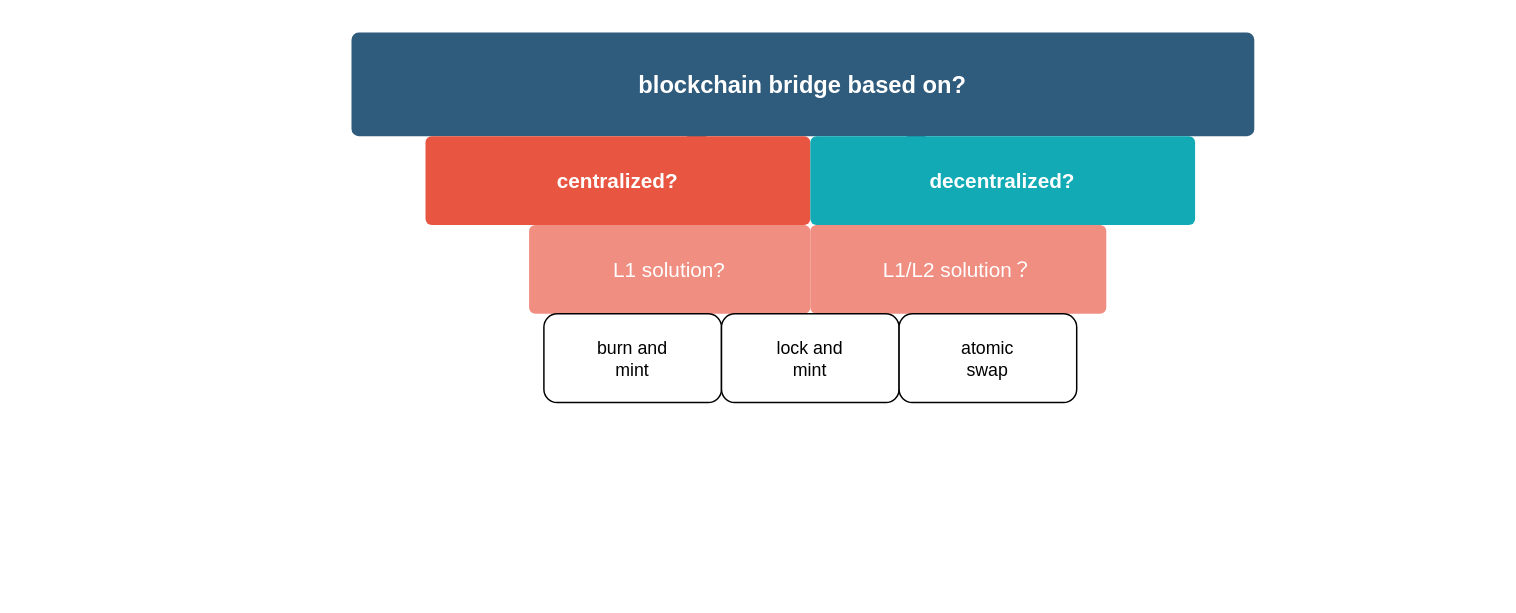
Above: Untitled Diagram.drawio in foreverbb-cn/COMP00138 (draw.io), before the change. Source tidied: cells renumbered, new cells numbered last; positions are measured from the earlier drawing's top-left corner, leaving out a move shared by most shapes. Both pictures are drawn from the tidied source at 148%, with x=0, y=0 at pixel (351, 31).
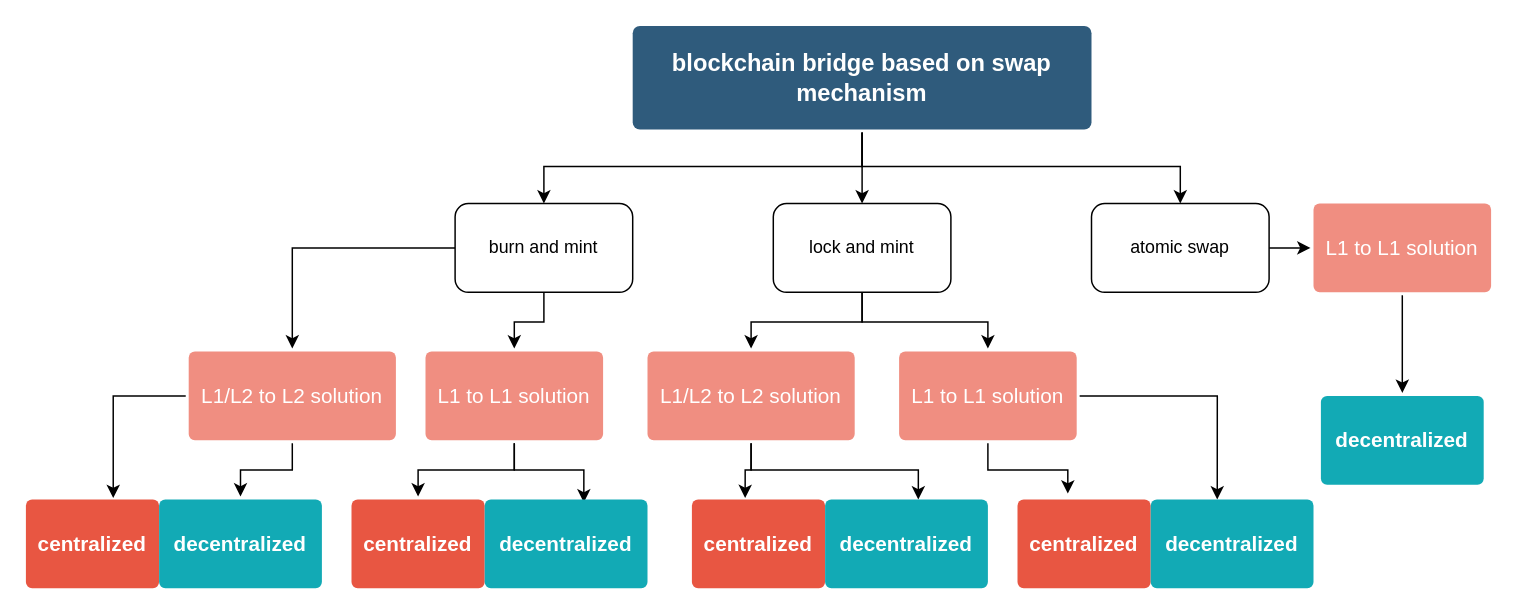
After the change.

The edit, as a diff of the source:
```diff
@@
-    <mxCell id="2" style="edgeStyle=none;rounded=0;jumpStyle=none;html=1;shadow=0;labelBackgroundColor=none;startArrow=none;startFill=0;endArrow=classic;endFill=1;jettySize=auto;strokeColor=#2F5B7C;strokeWidth=3;fontFamily=Helvetica;fontSize=16;fontColor=#23445D;spacing=5;" parent="1" edge="1" source="4" target="10">
-      <mxGeometry relative="1" as="geometry" />
-    </mxCell>
-    <mxCell id="3" style="edgeStyle=none;rounded=0;jumpStyle=none;html=1;shadow=0;labelBackgroundColor=none;startArrow=none;startFill=0;endArrow=classic;endFill=1;jettySize=auto;strokeColor=#2F5B7C;strokeWidth=3;fontFamily=Helvetica;fontSize=16;fontColor=#23445D;spacing=5;" parent="1" edge="1" source="4" target="7">
-      <mxGeometry relative="1" as="geometry" />
-    </mxCell>
+    <mxCell id="17" style="edgeStyle=orthogonalEdgeStyle;rounded=0;jettySize=auto;html=1;" parent="1" edge="1" source="4" target="13">
+      <mxGeometry relative="1" as="geometry" />
+    </mxCell>
+    <mxCell id="18" style="edgeStyle=orthogonalEdgeStyle;rounded=0;jettySize=auto;html=1;entryX=0.5;entryY=0;entryDx=0;entryDy=0;" parent="1" edge="1" source="4" target="15">
+      <mxGeometry relative="1" as="geometry" />
+    </mxCell>
+    <mxCell id="19" style="edgeStyle=orthogonalEdgeStyle;rounded=0;jettySize=auto;html=1;entryX=0.5;entryY=0;entryDx=0;entryDy=0;" parent="1" edge="1" source="4" target="14">
+      <mxGeometry relative="1" as="geometry" />
+    </mxCell>
-    <mxCell id="4" value="blockchain bridge based on?" style="rounded=1;whiteSpace=wrap;html=1;shadow=0;labelBackgroundColor=none;strokeColor=none;strokeWidth=3;fillColor=#2F5B7C;fontFamily=Helvetica;fontSize=16;fontColor=#FFFFFF;align=center;fontStyle=1;spacing=5;arcSize=7;perimeterSpacing=2;" parent="1" vertex="1">
-      <mxGeometry y="0.5" width="610" height="70" as="geometry" />
+    <mxCell id="4" value="blockchain bridge based on swap mechanism" style="rounded=1;whiteSpace=wrap;html=1;shadow=0;labelBackgroundColor=none;strokeColor=none;strokeWidth=3;fillColor=#2F5B7C;fontFamily=Helvetica;fontSize=16;fontColor=#FFFFFF;align=center;fontStyle=1;spacing=5;arcSize=7;perimeterSpacing=2;" parent="1" vertex="1">
+      <mxGeometry x="190" y="-4" width="310" height="70" as="geometry" />
     </mxCell>
-    <mxCell id="5" style="edgeStyle=none;rounded=1;jumpStyle=none;html=1;shadow=0;labelBackgroundColor=none;startArrow=none;startFill=0;jettySize=auto;strokeColor=#E85642;strokeWidth=3;fontFamily=Helvetica;fontSize=14;fontColor=#FFFFFF;spacing=5;fontStyle=1;fillColor=#b0e3e6;" parent="1" edge="1" source="7" target="9">
-      <mxGeometry relative="1" as="geometry" />
-    </mxCell>
-    <mxCell id="6" style="edgeStyle=none;rounded=1;jumpStyle=none;html=1;shadow=0;labelBackgroundColor=none;startArrow=none;startFill=0;jettySize=auto;strokeColor=#E85642;strokeWidth=3;fontFamily=Helvetica;fontSize=14;fontColor=#FFFFFF;spacing=5;fontStyle=1;fillColor=#b0e3e6;" parent="1" edge="1" source="7" target="8">
-      <mxGeometry relative="1" as="geometry" />
-    </mxCell>
-    <mxCell id="7" value="centralized?" style="rounded=1;whiteSpace=wrap;html=1;shadow=0;labelBackgroundColor=none;strokeColor=none;strokeWidth=3;fillColor=#e85642;fontFamily=Helvetica;fontSize=14;fontColor=#FFFFFF;align=center;spacing=5;fontStyle=1;arcSize=7;perimeterSpacing=2;" parent="1" vertex="1">
-      <mxGeometry x="50" y="70.5" width="260" height="60" as="geometry" />
+    <mxCell id="7" value="centralized" style="rounded=1;whiteSpace=wrap;html=1;shadow=0;labelBackgroundColor=none;strokeColor=none;strokeWidth=3;fillColor=#e85642;fontFamily=Helvetica;fontSize=14;fontColor=#FFFFFF;align=center;spacing=5;fontStyle=1;arcSize=7;perimeterSpacing=2;" parent="1" vertex="1">
+      <mxGeometry x="-220" y="316" width="90" height="60" as="geometry" />
     </mxCell>
+    <mxCell id="20" style="edgeStyle=orthogonalEdgeStyle;rounded=0;jettySize=auto;html=1;entryX=0.649;entryY=0.016;entryDx=0;entryDy=0;entryPerimeter=0;" parent="1" edge="1" source="8" target="7">
+      <mxGeometry relative="1" as="geometry" />
+    </mxCell>
+    <mxCell id="21" style="edgeStyle=orthogonalEdgeStyle;rounded=0;jettySize=auto;html=1;entryX=0.5;entryY=0;entryDx=0;entryDy=0;" parent="1" edge="1" source="8" target="28">
+      <mxGeometry relative="1" as="geometry" />
+    </mxCell>
-    <mxCell id="8" value="L1/L2 solution？" style="rounded=1;whiteSpace=wrap;html=1;shadow=0;labelBackgroundColor=none;strokeColor=none;strokeWidth=3;fillColor=#f08e81;fontFamily=Helvetica;fontSize=14;fontColor=#FFFFFF;align=center;spacing=5;fontStyle=0;arcSize=7;perimeterSpacing=2;" parent="1" vertex="1">
-      <mxGeometry x="310" y="130.5" width="200" height="60" as="geometry" />
+    <mxCell id="8" value="L1/L2 to L2 solution" style="rounded=1;whiteSpace=wrap;html=1;shadow=0;labelBackgroundColor=none;strokeColor=none;strokeWidth=3;fillColor=#f08e81;fontFamily=Helvetica;fontSize=14;fontColor=#FFFFFF;align=center;spacing=5;fontStyle=0;arcSize=7;perimeterSpacing=2;" parent="1" vertex="1">
+      <mxGeometry x="-110" y="216" width="140" height="60" as="geometry" />
     </mxCell>
+    <mxCell id="22" style="edgeStyle=orthogonalEdgeStyle;rounded=0;jettySize=auto;html=1;entryX=0.5;entryY=0;entryDx=0;entryDy=0;" parent="1" edge="1" source="9" target="10">
+      <mxGeometry relative="1" as="geometry" />
+    </mxCell>
-    <mxCell id="9" value="L1 solution?" style="rounded=1;whiteSpace=wrap;html=1;shadow=0;labelBackgroundColor=none;strokeColor=none;strokeWidth=3;fillColor=#f08e81;fontFamily=Helvetica;fontSize=14;fontColor=#FFFFFF;align=center;spacing=5;fontStyle=0;arcSize=7;perimeterSpacing=2;" parent="1" vertex="1">
-      <mxGeometry x="120" y="130.5" width="190" height="60" as="geometry" />
+    <mxCell id="9" value="L1 to L1 solution" style="rounded=1;whiteSpace=wrap;html=1;shadow=0;labelBackgroundColor=none;strokeColor=none;strokeWidth=3;fillColor=#f08e81;fontFamily=Helvetica;fontSize=14;fontColor=#FFFFFF;align=center;spacing=5;fontStyle=0;arcSize=7;perimeterSpacing=2;" parent="1" vertex="1">
+      <mxGeometry x="650" y="116" width="120" height="60" as="geometry" />
     </mxCell>
-    <mxCell id="10" value="decentralized?" style="rounded=1;whiteSpace=wrap;html=1;shadow=0;labelBackgroundColor=none;strokeColor=none;strokeWidth=3;fillColor=#12aab5;fontFamily=Helvetica;fontSize=14;fontColor=#FFFFFF;align=center;spacing=5;fontStyle=1;arcSize=7;perimeterSpacing=2;" parent="1" vertex="1">
-      <mxGeometry x="310" y="70.5" width="260" height="60" as="geometry" />
+    <mxCell id="10" value="decentralized" style="rounded=1;whiteSpace=wrap;html=1;shadow=0;labelBackgroundColor=none;strokeColor=none;strokeWidth=3;fillColor=#12aab5;fontFamily=Helvetica;fontSize=14;fontColor=#FFFFFF;align=center;spacing=5;fontStyle=1;arcSize=7;perimeterSpacing=2;" parent="1" vertex="1">
+      <mxGeometry x="655" y="246" width="110" height="60" as="geometry" />
     </mxCell>
-    <mxCell id="11" style="rounded=1;whiteSpace=wrap;html=1;" parent="1" vertex="1">
-      <mxGeometry x="130" y="190.5" width="120" height="60" as="geometry" />
-    </mxCell>
-    <mxCell id="12" style="rounded=1;whiteSpace=wrap;html=1;" parent="1" vertex="1">
-      <mxGeometry x="250" y="190.5" width="120" height="60" as="geometry" />
-    </mxCell>
+    <mxCell id="23" style="edgeStyle=orthogonalEdgeStyle;rounded=0;jettySize=auto;html=1;" parent="1" edge="1" source="13" target="9">
+      <mxGeometry relative="1" as="geometry" />
+    </mxCell>
-    <mxCell id="13" style="rounded=1;whiteSpace=wrap;html=1;" parent="1" vertex="1">
-      <mxGeometry x="370" y="190.5" width="120" height="60" as="geometry" />
+    <mxCell id="13" value="atomic swap" style="rounded=1;whiteSpace=wrap;html=1;" parent="1" vertex="1">
+      <mxGeometry x="500" y="116" width="120" height="60" as="geometry" />
     </mxCell>
+    <mxCell id="24" style="edgeStyle=orthogonalEdgeStyle;rounded=0;jettySize=auto;html=1;entryX=0.5;entryY=0;entryDx=0;entryDy=0;" parent="1" edge="1" source="14" target="8">
+      <mxGeometry relative="1" as="geometry" />
+    </mxCell>
+    <mxCell id="25" style="edgeStyle=orthogonalEdgeStyle;rounded=0;jettySize=auto;html=1;entryX=0.5;entryY=0;entryDx=0;entryDy=0;" parent="1" edge="1" source="14" target="32">
+      <mxGeometry relative="1" as="geometry" />
+    </mxCell>
-    <mxCell id="14" value="burn and mint" style="text;strokeColor=none;align=center;fillColor=none;html=1;verticalAlign=middle;whiteSpace=wrap;rounded=0;" parent="1" vertex="1">
-      <mxGeometry x="160" y="205.5" width="60" height="30" as="geometry" />
+    <mxCell id="14" value="burn and mint" style="rounded=1;whiteSpace=wrap;html=1;" parent="1" vertex="1">
+      <mxGeometry x="70" y="116" width="120" height="60" as="geometry" />
     </mxCell>
+    <mxCell id="26" style="edgeStyle=orthogonalEdgeStyle;rounded=0;jettySize=auto;html=1;entryX=0.5;entryY=0;entryDx=0;entryDy=0;" parent="1" edge="1" source="15" target="35">
+      <mxGeometry relative="1" as="geometry" />
+    </mxCell>
+    <mxCell id="27" style="edgeStyle=orthogonalEdgeStyle;rounded=0;jettySize=auto;html=1;" parent="1" edge="1" source="15" target="38">
+      <mxGeometry relative="1" as="geometry" />
+    </mxCell>
-    <mxCell id="15" value="lock and mint" style="text;strokeColor=none;align=center;fillColor=none;html=1;verticalAlign=middle;whiteSpace=wrap;rounded=0;" parent="1" vertex="1">
-      <mxGeometry x="280" y="205.5" width="60" height="30" as="geometry" />
+    <mxCell id="15" value="lock and mint" style="rounded=1;whiteSpace=wrap;html=1;" parent="1" vertex="1">
+      <mxGeometry x="285" y="116" width="120" height="60" as="geometry" />
     </mxCell>
-    <mxCell id="16" value="atomic swap" style="text;strokeColor=none;align=center;fillColor=none;html=1;verticalAlign=middle;whiteSpace=wrap;rounded=0;" parent="1" vertex="1">
-      <mxGeometry x="400" y="205.5" width="60" height="30" as="geometry" />
-    </mxCell>
+    <mxCell id="28" value="decentralized" style="rounded=1;whiteSpace=wrap;html=1;shadow=0;labelBackgroundColor=none;strokeColor=none;strokeWidth=3;fillColor=#12aab5;fontFamily=Helvetica;fontSize=14;fontColor=#FFFFFF;align=center;spacing=5;fontStyle=1;arcSize=7;perimeterSpacing=2;" parent="1" vertex="1">
+      <mxGeometry x="-130" y="316" width="110" height="60" as="geometry" />
+    </mxCell>
+    <mxCell id="29" value="centralized" style="rounded=1;whiteSpace=wrap;html=1;shadow=0;labelBackgroundColor=none;strokeColor=none;strokeWidth=3;fillColor=#e85642;fontFamily=Helvetica;fontSize=14;fontColor=#FFFFFF;align=center;spacing=5;fontStyle=1;arcSize=7;perimeterSpacing=2;" parent="1" vertex="1">
+      <mxGeometry y="316" width="90" height="60" as="geometry" />
+    </mxCell>
+    <mxCell id="30" style="edgeStyle=orthogonalEdgeStyle;rounded=0;jettySize=auto;html=1;entryX=0.5;entryY=0;entryDx=0;entryDy=0;" parent="1" edge="1" source="32" target="29">
+      <mxGeometry relative="1" as="geometry" />
+    </mxCell>
+    <mxCell id="31" style="edgeStyle=orthogonalEdgeStyle;rounded=0;jettySize=auto;html=1;entryX=0.605;entryY=0.063;entryDx=0;entryDy=0;entryPerimeter=0;" parent="1" edge="1" source="32" target="41">
+      <mxGeometry relative="1" as="geometry" />
+    </mxCell>
+    <mxCell id="32" value="L1 to L1 solution" style="rounded=1;whiteSpace=wrap;html=1;shadow=0;labelBackgroundColor=none;strokeColor=none;strokeWidth=3;fillColor=#f08e81;fontFamily=Helvetica;fontSize=14;fontColor=#FFFFFF;align=center;spacing=5;fontStyle=0;arcSize=7;perimeterSpacing=2;" parent="1" vertex="1">
+      <mxGeometry x="50" y="216" width="120" height="60" as="geometry" />
+    </mxCell>
+    <mxCell id="33" style="edgeStyle=orthogonalEdgeStyle;rounded=0;jettySize=auto;html=1;entryX=0.404;entryY=0.016;entryDx=0;entryDy=0;entryPerimeter=0;" parent="1" edge="1" source="35" target="40">
+      <mxGeometry relative="1" as="geometry" />
+    </mxCell>
+    <mxCell id="34" style="edgeStyle=orthogonalEdgeStyle;rounded=0;jettySize=auto;html=1;entryX=0.57;entryY=0.031;entryDx=0;entryDy=0;entryPerimeter=0;" parent="1" edge="1" source="35" target="43">
+      <mxGeometry relative="1" as="geometry" />
+    </mxCell>
+    <mxCell id="35" value="L1/L2 to L2 solution" style="rounded=1;whiteSpace=wrap;html=1;shadow=0;labelBackgroundColor=none;strokeColor=none;strokeWidth=3;fillColor=#f08e81;fontFamily=Helvetica;fontSize=14;fontColor=#FFFFFF;align=center;spacing=5;fontStyle=0;arcSize=7;perimeterSpacing=2;" parent="1" vertex="1">
+      <mxGeometry x="200" y="216" width="140" height="60" as="geometry" />
+    </mxCell>
+    <mxCell id="36" style="edgeStyle=orthogonalEdgeStyle;rounded=0;jettySize=auto;html=1;entryX=0.383;entryY=-0.031;entryDx=0;entryDy=0;entryPerimeter=0;" parent="1" edge="1" source="38" target="39">
+      <mxGeometry relative="1" as="geometry" />
+    </mxCell>
+    <mxCell id="37" style="edgeStyle=orthogonalEdgeStyle;rounded=0;jettySize=auto;html=1;entryX=0.412;entryY=0.031;entryDx=0;entryDy=0;entryPerimeter=0;" parent="1" edge="1" source="38" target="42">
+      <mxGeometry relative="1" as="geometry" />
+    </mxCell>
+    <mxCell id="38" value="L1 to L1 solution" style="rounded=1;whiteSpace=wrap;html=1;shadow=0;labelBackgroundColor=none;strokeColor=none;strokeWidth=3;fillColor=#f08e81;fontFamily=Helvetica;fontSize=14;fontColor=#FFFFFF;align=center;spacing=5;fontStyle=0;arcSize=7;perimeterSpacing=2;" parent="1" vertex="1">
+      <mxGeometry x="370" y="216" width="120" height="60" as="geometry" />
+    </mxCell>
+    <mxCell id="39" value="centralized" style="rounded=1;whiteSpace=wrap;html=1;shadow=0;labelBackgroundColor=none;strokeColor=none;strokeWidth=3;fillColor=#e85642;fontFamily=Helvetica;fontSize=14;fontColor=#FFFFFF;align=center;spacing=5;fontStyle=1;arcSize=7;perimeterSpacing=2;" parent="1" vertex="1">
+      <mxGeometry x="450" y="316" width="90" height="60" as="geometry" />
+    </mxCell>
+    <mxCell id="40" value="centralized" style="rounded=1;whiteSpace=wrap;html=1;shadow=0;labelBackgroundColor=none;strokeColor=none;strokeWidth=3;fillColor=#e85642;fontFamily=Helvetica;fontSize=14;fontColor=#FFFFFF;align=center;spacing=5;fontStyle=1;arcSize=7;perimeterSpacing=2;" parent="1" vertex="1">
+      <mxGeometry x="230" y="316" width="90" height="60" as="geometry" />
+    </mxCell>
+    <mxCell id="41" value="decentralized" style="rounded=1;whiteSpace=wrap;html=1;shadow=0;labelBackgroundColor=none;strokeColor=none;strokeWidth=3;fillColor=#12aab5;fontFamily=Helvetica;fontSize=14;fontColor=#FFFFFF;align=center;spacing=5;fontStyle=1;arcSize=7;perimeterSpacing=2;" parent="1" vertex="1">
+      <mxGeometry x="90" y="316" width="110" height="60" as="geometry" />
+    </mxCell>
+    <mxCell id="42" value="decentralized" style="rounded=1;whiteSpace=wrap;html=1;shadow=0;labelBackgroundColor=none;strokeColor=none;strokeWidth=3;fillColor=#12aab5;fontFamily=Helvetica;fontSize=14;fontColor=#FFFFFF;align=center;spacing=5;fontStyle=1;arcSize=7;perimeterSpacing=2;" parent="1" vertex="1">
+      <mxGeometry x="540" y="316" width="110" height="60" as="geometry" />
+    </mxCell>
+    <mxCell id="43" value="decentralized" style="rounded=1;whiteSpace=wrap;html=1;shadow=0;labelBackgroundColor=none;strokeColor=none;strokeWidth=3;fillColor=#12aab5;fontFamily=Helvetica;fontSize=14;fontColor=#FFFFFF;align=center;spacing=5;fontStyle=1;arcSize=7;perimeterSpacing=2;" parent="1" vertex="1">
+      <mxGeometry x="320" y="316" width="110" height="60" as="geometry" />
+    </mxCell>
```
